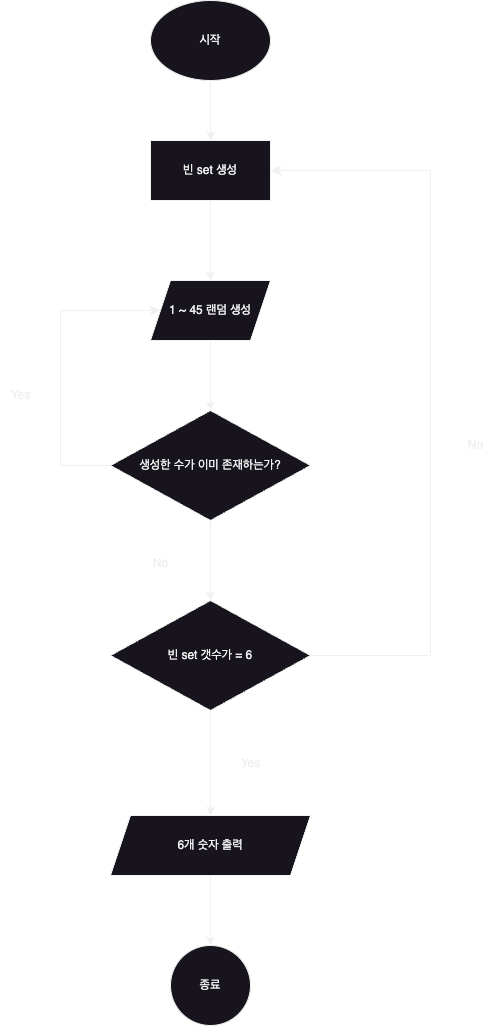
yagom-academy/swift-starter-Round2 keeps this draw.io diagram as CodeStarterCamp_Week2/로또_순서도.png. Above is the earlier version. Source tidied: cells renumbered, new cells last; positions are measured from the earlier drawing's top-left corner, leaving out a move shared by most shapes.
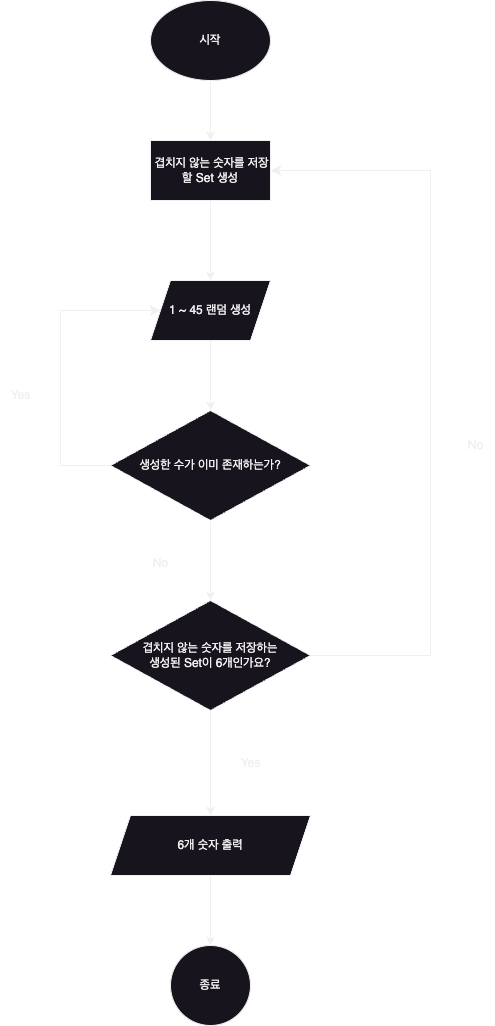
The same file after the commit.

Diff of the diagram source:
```diff
@@ -15,7 +15,7 @@
         <mxPoint x="210" y="280" as="targetPoint" />
       </mxGeometry>
     </mxCell>
-    <mxCell id="5" value="빈 set 생성" style="rounded=0;whiteSpace=wrap;html=1;" parent="1" vertex="1">
+    <mxCell id="5" value="&amp;nbsp;겹치지 않는 숫자를 저장할 Set 생성" style="rounded=0;whiteSpace=wrap;html=1;" parent="1" vertex="1">
       <mxGeometry x="150" y="140" width="120" height="60" as="geometry" />
     </mxCell>
     <mxCell id="6" style="edgeStyle=orthogonalEdgeStyle;rounded=0;jettySize=auto;html=1;" parent="1" edge="1" source="7" target="9">
@@ -33,7 +33,7 @@
     <mxCell id="10" style="edgeStyle=orthogonalEdgeStyle;rounded=0;jettySize=auto;html=1;" parent="1" edge="1" source="11" target="16">
       <mxGeometry relative="1" as="geometry" />
     </mxCell>
-    <mxCell id="11" value="빈 set 갯수가 = 6" style="rhombus;whiteSpace=wrap;html=1;" parent="1" vertex="1">
+    <mxCell id="11" value="겹치지 않는 숫자를 저장하는&lt;br&gt;생성된 Set이 6개인가요?" style="rhombus;whiteSpace=wrap;html=1;" parent="1" vertex="1">
       <mxGeometry x="110" y="600" width="200" height="110" as="geometry" />
     </mxCell>
     <mxCell id="12" value="No" style="text;html=1;align=center;verticalAlign=middle;strokeColor=none;fillColor=none;" parent="1" vertex="1">
```
